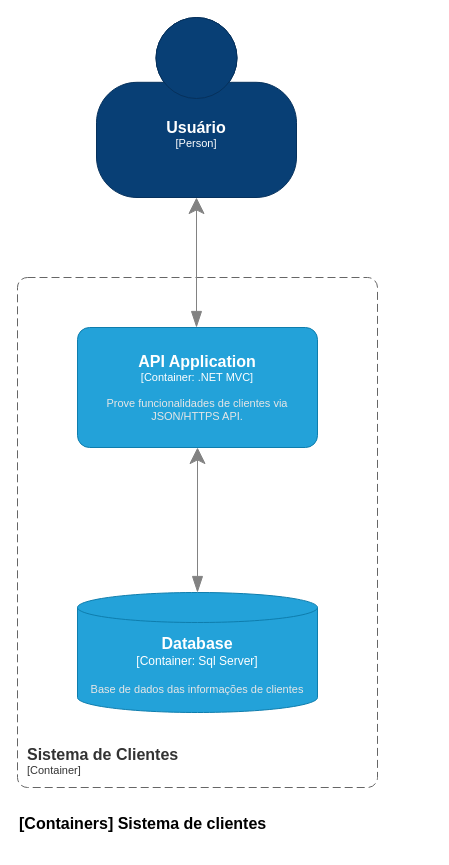
The draw.io diagram src/Diagramas/Container Diagram.drawio in ViniciusHerculano/ASF-XPE-DesafioFinal, before the edit. Source tidied: cells renumbered, new cells numbered last; positions are measured from the earlier drawing's top-left corner, leaving out a move shared by most shapes. Both pictures are drawn from the tidied source at 100%, with x=0, y=0 at pixel (17, 17).
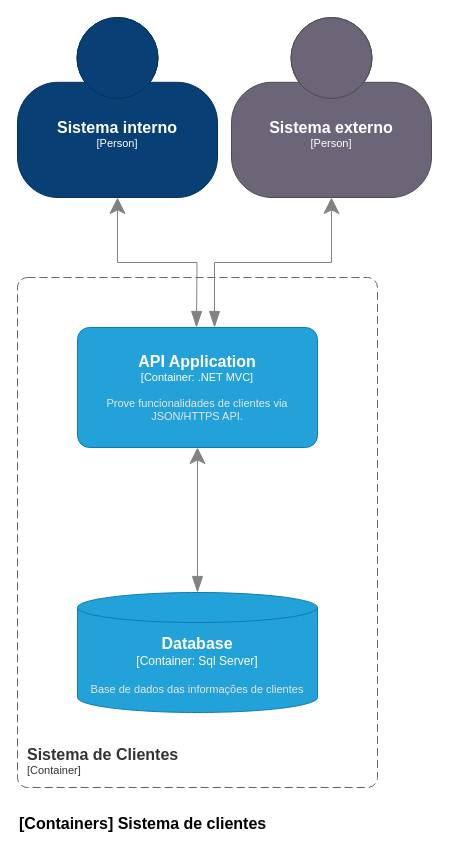
The same diagram, later.

Commit message (it also covers changes not shown here):
Atualizado diagramas

Change to the diagram source:
```diff
@@
 <mxGraphModel>
   <root>
     <mxCell id="0" />
     <mxCell id="1" parent="0" />
-    <object id="2" label="&lt;font style=&quot;font-size: 16px&quot;&gt;&lt;b&gt;%c4Name%&lt;/b&gt;&lt;/font&gt;&lt;div&gt;[%c4Type%]&lt;/div&gt;&lt;br&gt;&lt;div&gt;&lt;font style=&quot;font-size: 11px&quot;&gt;&lt;font color=&quot;#cccccc&quot;&gt;%c4Description%&lt;/font&gt;&lt;/div&gt;" c4Description="" c4Name="Usuário" c4Type="Person" placeholders="1">
+    <object id="2" label="&lt;font style=&quot;font-size: 16px&quot;&gt;&lt;b&gt;%c4Name%&lt;/b&gt;&lt;/font&gt;&lt;div&gt;[%c4Type%]&lt;/div&gt;&lt;br&gt;&lt;div&gt;&lt;font style=&quot;font-size: 11px&quot;&gt;&lt;font color=&quot;#cccccc&quot;&gt;%c4Description%&lt;/font&gt;&lt;/div&gt;" c4Description="" c4Name="Sistema interno" c4Type="Person" placeholders="1">
       <mxCell style="html=1;fontSize=11;dashed=0;whiteSpace=wrap;fillColor=#083F75;strokeColor=#06315C;fontColor=#ffffff;shape=mxgraph.c4.person2;align=center;points=[[0.5,0,0],[1,0.5,0],[1,0.75,0],[0.75,1,0],[0.5,1,0],[0.25,1,0],[0,0.75,0],[0,0.5,0]];" parent="1" vertex="1">
-        <mxGeometry x="79" width="200" height="180" as="geometry" />
+        <mxGeometry width="200" height="180" as="geometry" />
       </mxCell>
     </object>
     <object id="3" label="&lt;font style=&quot;font-size: 16px&quot;&gt;&lt;b&gt;&lt;div style=&quot;text-align: left&quot;&gt;%c4Name%&lt;/div&gt;&lt;/b&gt;&lt;/font&gt;&lt;div style=&quot;text-align: left&quot;&gt;[%c4Application%]&lt;/div&gt;" c4Application="Container" c4Name="Sistema de Clientes" placeholders="1">
       <mxCell style="rounded=1;fontSize=11;whiteSpace=wrap;html=1;dashed=1;arcSize=20;fillColor=none;strokeColor=#666666;fontColor=#333333;labelBackgroundColor=none;align=left;verticalAlign=bottom;labelBorderColor=none;spacingTop=0;spacing=10;dashPattern=8 4;perimeter=rectanglePerimeter;noLabel=0;labelPadding=0;absoluteArcSize=1;" parent="1" vertex="1">
         <mxGeometry y="260" width="360" height="510" as="geometry" />
       </mxCell>
     </object>
     <object id="4" label="&lt;font style=&quot;font-size: 16px&quot;&gt;&lt;b&gt;%c4Name%&lt;/b&gt;&lt;/font&gt;&lt;div&gt;[%c4Type%: %c4Technology%]&lt;/div&gt;&lt;br&gt;&lt;div&gt;&lt;font style=&quot;font-size: 11px&quot;&gt;&lt;font color=&quot;#E6E6E6&quot;&gt;%c4Description%&lt;/font&gt;&lt;/div&gt;" c4Description="Prove funcionalidades de clientes via JSON/HTTPS API." c4Name="API Application" c4Technology=".NET MVC" c4Type="Container" placeholders="1">
       <mxCell style="rounded=1;whiteSpace=wrap;html=1;fontSize=11;labelBackgroundColor=none;fillColor=#23A2D9;fontColor=#ffffff;align=center;arcSize=10;strokeColor=#0E7DAD;points=[[0.25,0,0],[0.5,0,0],[0.75,0,0],[1,0.25,0],[1,0.5,0],[1,0.75,0],[0.75,1,0],[0.5,1,0],[0.25,1,0],[0,0.75,0],[0,0.5,0],[0,0.25,0]];" parent="1" vertex="1">
         <mxGeometry x="60" y="310" width="240" height="120" as="geometry" />
       </mxCell>
     </object>
     <object id="5" label="&lt;font style=&quot;font-size: 16px&quot;&gt;&lt;b&gt;%c4Name%&lt;/b&gt;&lt;/font&gt;&lt;div&gt;[%c4Type%:&amp;nbsp;%c4Technology%]&lt;/div&gt;&lt;br&gt;&lt;div&gt;&lt;font style=&quot;font-size: 11px&quot;&gt;&lt;font color=&quot;#E6E6E6&quot;&gt;%c4Description%&lt;/font&gt;&lt;/div&gt;" c4Description="Base de dados das informações de clientes" c4Name="Database" c4Technology="Sql Server" c4Type="Container" placeholders="1">
       <mxCell style="shape=cylinder3;size=15;whiteSpace=wrap;html=1;boundedLbl=1;rounded=0;labelBackgroundColor=none;fillColor=#23A2D9;fontSize=12;fontColor=#ffffff;align=center;strokeColor=#0E7DAD;points=[[0.5,0,0],[1,0.25,0],[1,0.5,0],[1,0.75,0],[0.5,1,0],[0,0.75,0],[0,0.5,0],[0,0.25,0]];" parent="1" vertex="1">
         <mxGeometry x="60" y="575" width="240" height="120" as="geometry" />
       </mxCell>
     </object>
     <mxCell id="6" style="endArrow=blockThin;html=1;fontSize=10;fontColor=#404040;strokeWidth=1;endFill=1;strokeColor=#828282;elbow=vertical;endSize=14;startSize=14;jumpStyle=arc;jumpSize=16;rounded=0;edgeStyle=orthogonalEdgeStyle;exitX=0.5;exitY=1;exitDx=0;exitDy=0;exitPerimeter=0;startArrow=classic;startFill=1;" parent="1" edge="1" source="2">
       <mxGeometry relative="1" as="geometry">
         <mxPoint x="179" y="310" as="targetPoint" />
       </mxGeometry>
     </mxCell>
     <mxCell id="7" style="endArrow=blockThin;html=1;fontSize=10;fontColor=#404040;strokeWidth=1;endFill=1;strokeColor=#828282;elbow=vertical;endSize=14;startSize=14;jumpStyle=arc;jumpSize=16;rounded=0;edgeStyle=orthogonalEdgeStyle;exitX=0.5;exitY=1;exitDx=0;exitDy=0;exitPerimeter=0;entryX=0.5;entryY=0;entryDx=0;entryDy=0;entryPerimeter=0;startArrow=classic;startFill=1;" parent="1" edge="1" source="4" target="5">
       <mxGeometry relative="1" as="geometry" />
     </mxCell>
     <object id="8" label="&lt;font style=&quot;font-size: 16px&quot;&gt;&lt;b&gt;&lt;div style=&quot;text-align: left&quot;&gt;%c4Name%&lt;/div&gt;&lt;/b&gt;&lt;/font&gt;&lt;div style=&quot;text-align: left&quot;&gt;%c4Description%&lt;/div&gt;" c4Description="" c4Name="[Containers] Sistema de clientes" placeholders="1">
       <mxCell style="text;html=1;strokeColor=none;fillColor=none;align=left;verticalAlign=top;whiteSpace=wrap;rounded=0;" parent="1" vertex="1">
         <mxGeometry y="790" width="260" height="40" as="geometry" />
       </mxCell>
     </object>
+    <object id="9" label="&lt;font style=&quot;font-size: 16px&quot;&gt;&lt;b&gt;%c4Name%&lt;/b&gt;&lt;/font&gt;&lt;div&gt;[%c4Type%]&lt;/div&gt;&lt;br&gt;&lt;div&gt;&lt;font style=&quot;font-size: 11px&quot;&gt;&lt;font color=&quot;#cccccc&quot;&gt;%c4Description%&lt;/font&gt;&lt;/div&gt;" c4Description="" c4Name="Sistema externo" c4Type="Person" placeholders="1">
+      <mxCell style="html=1;fontSize=11;dashed=0;whiteSpace=wrap;fillColor=#6C6477;strokeColor=#4D4D4D;fontColor=#ffffff;shape=mxgraph.c4.person2;align=center;points=[[0.5,0,0],[1,0.5,0],[1,0.75,0],[0.75,1,0],[0.5,1,0],[0.25,1,0],[0,0.75,0],[0,0.5,0]];" parent="1" vertex="1">
+        <mxGeometry x="214" width="200" height="180" as="geometry" />
+      </mxCell>
+    </object>
+    <mxCell id="10" style="endArrow=blockThin;html=1;fontSize=10;fontColor=#404040;strokeWidth=1;endFill=1;strokeColor=#828282;elbow=vertical;endSize=14;startSize=14;jumpStyle=arc;jumpSize=16;rounded=0;edgeStyle=orthogonalEdgeStyle;exitX=0.5;exitY=1;exitDx=0;exitDy=0;exitPerimeter=0;startArrow=classic;startFill=1;entryX=0.571;entryY=0;entryDx=0;entryDy=0;entryPerimeter=0;" parent="1" edge="1" source="9" target="4">
+      <mxGeometry relative="1" as="geometry" />
+    </mxCell>
   </root>
 </mxGraphModel>
```
